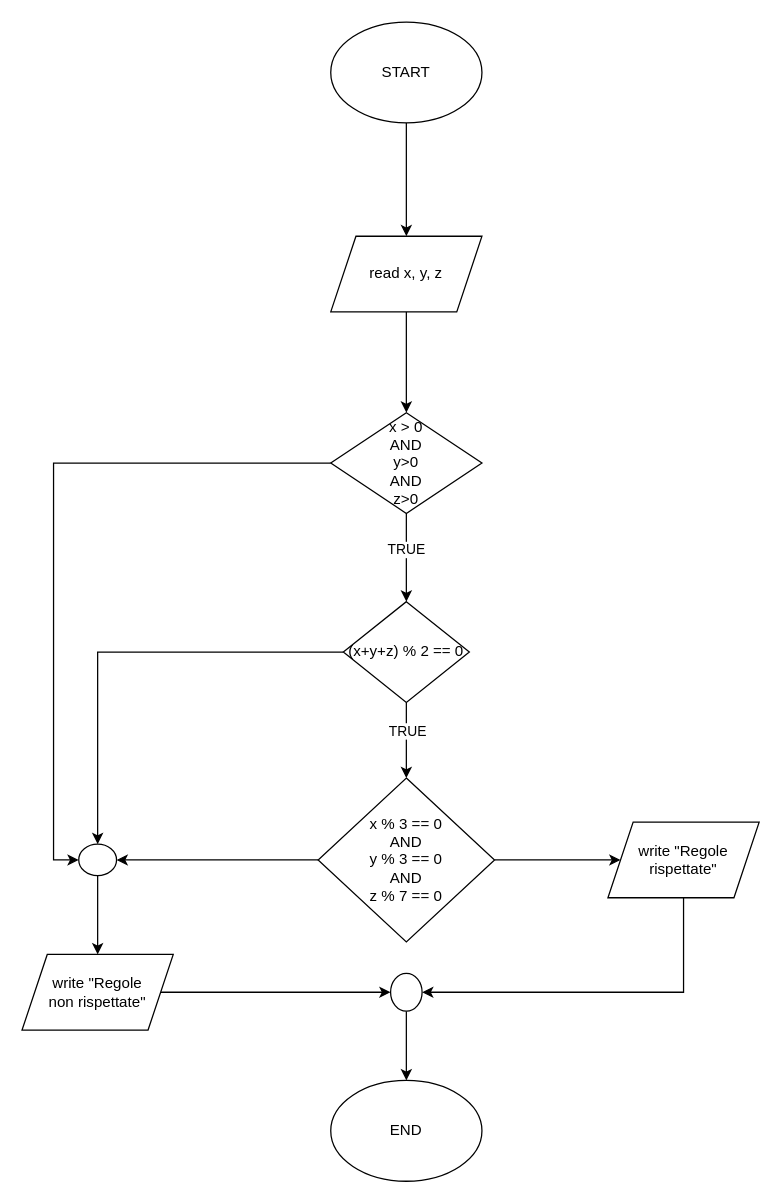
Before: page "Es_13" (8 of 9) of Lezione_03/Esercizi_Diagrammi.drawio in Diggio12/ITS, a draw.io diagram. Source tidied: cells renumbered, new cells numbered last; positions are measured from the earlier drawing's top-left corner, leaving out a move shared by most shapes. Both pictures are drawn from the tidied source at 126%, with x=0, y=0 at pixel (21, 21).
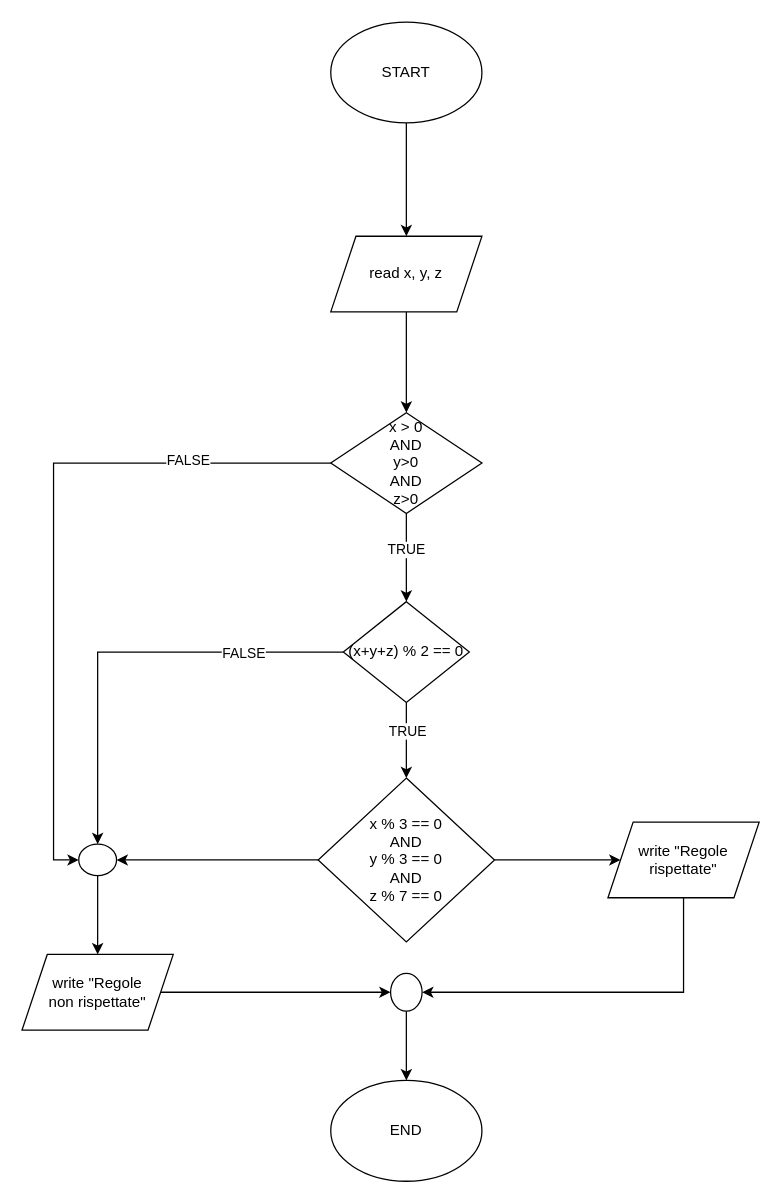
The same diagram, later.

Commit message:
Esercizi_Diagrammi

Unchanged cells that the change refers to:
```xml
<mxCell id="8" style="edgeStyle=orthogonalEdgeStyle;rounded=0;jettySize=auto;html=1;entryX=0;entryY=0.5;entryDx=0;entryDy=0;" parent="1" edge="1" source="9" target="20">
  <mxGeometry relative="1" as="geometry" />
</mxCell>
<mxCell id="12" style="edgeStyle=orthogonalEdgeStyle;rounded=0;jettySize=auto;html=1;entryX=0.5;entryY=0;entryDx=0;entryDy=0;" parent="1" edge="1" source="13" target="20">
  <mxGeometry relative="1" as="geometry" />
</mxCell>
```

Diff of the diagram source:
```diff
@@
+    <mxCell id="26" value="FALSE" style="edgeLabel;html=1;align=center;verticalAlign=middle;" parent="8" vertex="1">
+      <mxGeometry x="-0.59" y="-3" relative="1" as="geometry" />
+    </mxCell>
@@
+    <mxCell id="27" value="FALSE" style="edgeLabel;html=1;align=center;verticalAlign=middle;" parent="12" vertex="1">
+      <mxGeometry x="-0.54" relative="1" as="geometry" />
+    </mxCell>
```
